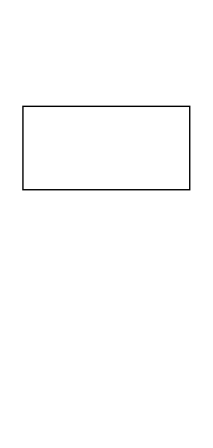
Earlier version of the draw.io diagram 未命名绘图.drawio (zqc-hhg/img). Source tidied: cells renumbered, new cells numbered last; positions are measured from the earlier drawing's top-left corner, leaving out a move shared by most shapes. Both pictures are drawn from the tidied source at 139%, with x=0, y=0 at pixel (22, 106).
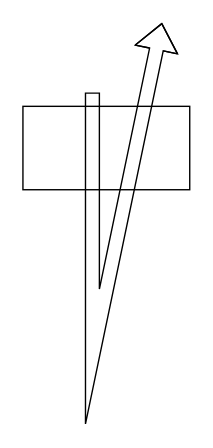
The same page after the edit.

Commit message (it also covers changes not shown here):
更新未命名绘图.drawio

Change to the diagram source:
```diff
@@
 <mxGraphModel>
   <root>
     <mxCell id="0" />
     <mxCell id="1" parent="0" />
     <mxCell id="2" style="rounded=0;whiteSpace=wrap;html=1;" parent="1" vertex="1">
       <mxGeometry width="120" height="60" as="geometry" />
     </mxCell>
+    <mxCell id="3" style="shape=flexArrow;endArrow=classic;html=1;rounded=0;" parent="1" edge="1">
+      <mxGeometry relative="1" as="geometry">
+        <mxPoint x="50" y="-10" as="sourcePoint" />
+        <mxPoint x="100" y="-60" as="targetPoint" />
+        <Array as="points">
+          <mxPoint x="50" y="180" />
+        </Array>
+      </mxGeometry>
+    </mxCell>
   </root>
 </mxGraphModel>
```
